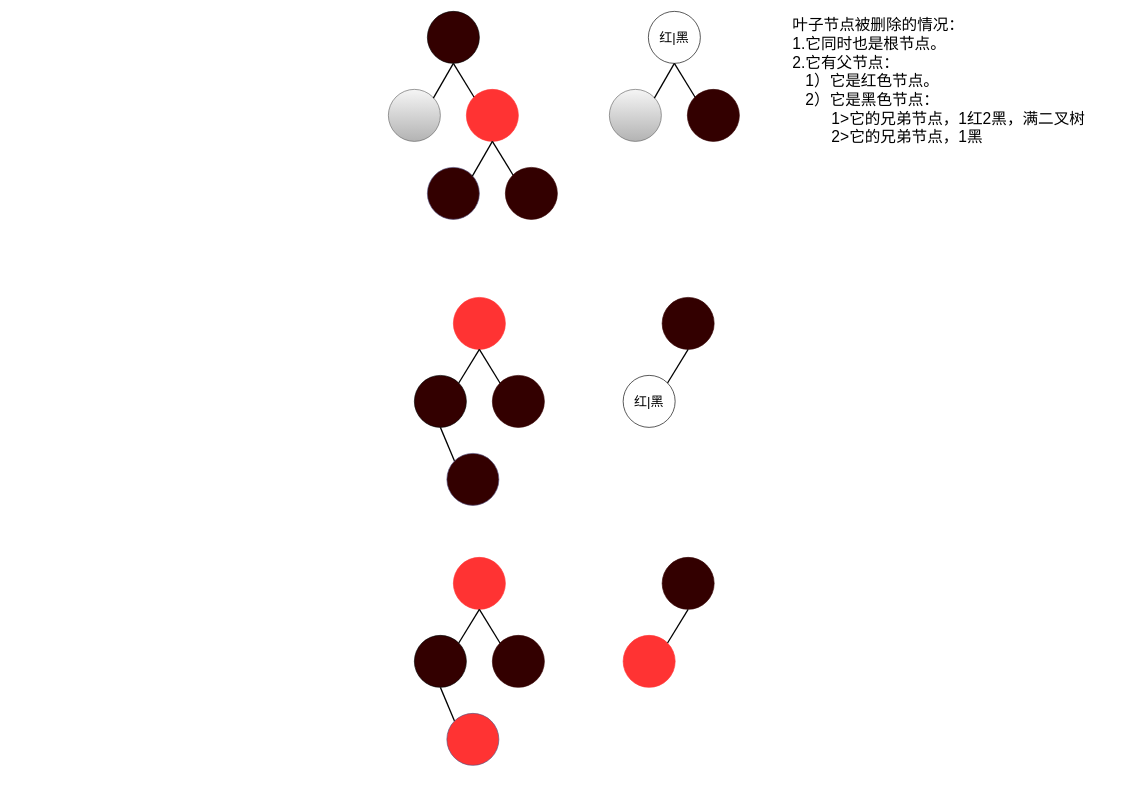
This is pics/data-structure/tree/r-b-tree/红黑树删除叶子节点.drawio from niegl4/docs, a draw.io file, before an edit. Source tidied: cells renumbered, new cells numbered last; positions are measured from the earlier drawing's top-left corner, leaving out a move shared by most shapes. Both pictures are drawn from the tidied source at 65%, with x=0, y=0 at pixel (375, 11).
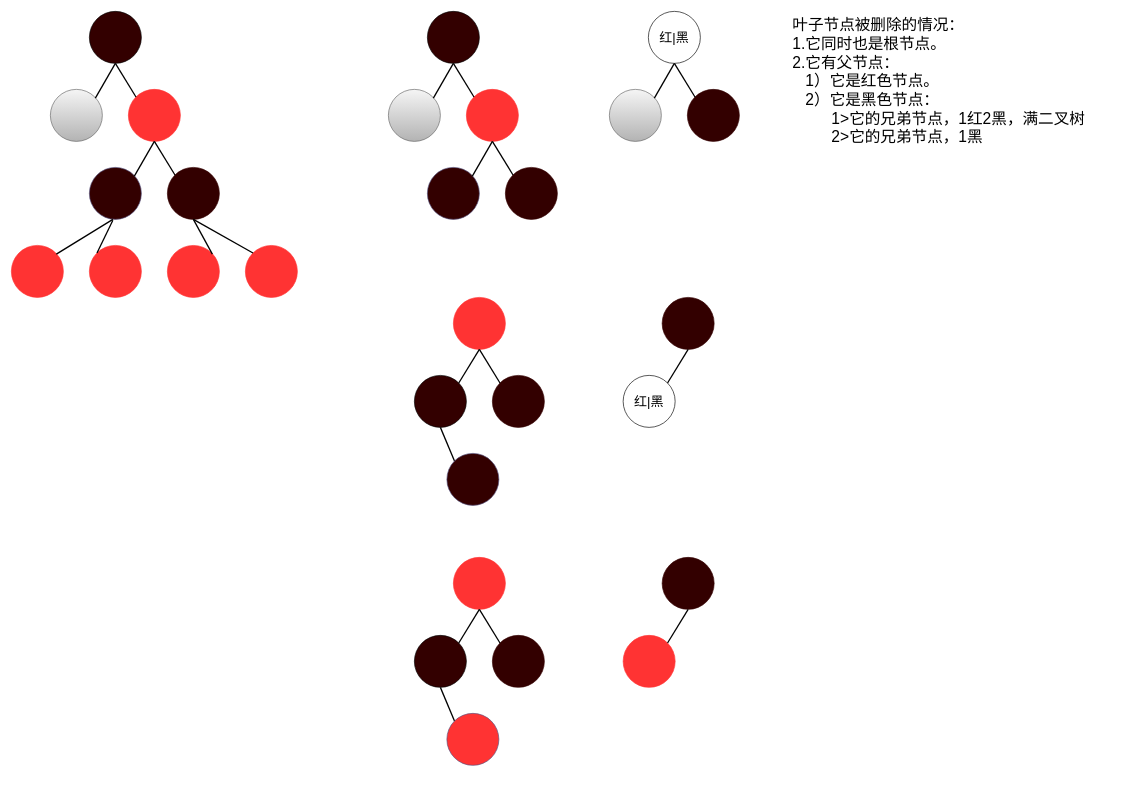
Above is the later version.

Commit message:
dev: rbtree 删除叶节点的情况 pics

Change to the diagram source:
```diff
@@
+    <mxCell id="51" style="ellipse;whiteSpace=wrap;html=1;fillColor=#f5f5f5;strokeColor=#666666;gradientColor=#b3b3b3;" parent="1" vertex="1">
+      <mxGeometry x="-500" y="120" width="80" height="80" as="geometry" />
+    </mxCell>
+    <mxCell id="52" style="endArrow=none;html=1;strokeWidth=2;exitX=1;exitY=0;exitDx=0;exitDy=0;" parent="1" edge="1">
+      <mxGeometry relative="1" as="geometry">
+        <mxPoint x="-441.2" y="131" as="sourcePoint" />
+        <mxPoint x="-441.2" y="131" as="targetPoint" />
+      </mxGeometry>
+    </mxCell>
+    <mxCell id="53" style="endArrow=none;html=1;strokeWidth=2;exitX=0.865;exitY=0.168;exitDx=0;exitDy=0;entryX=0.5;entryY=1;entryDx=0;entryDy=0;exitPerimeter=0;" parent="1" edge="1" source="51" target="54">
+      <mxGeometry relative="1" as="geometry" />
+    </mxCell>
+    <mxCell id="54" style="ellipse;whiteSpace=wrap;html=1;fillColor=#330000;" parent="1" vertex="1">
+      <mxGeometry x="-440" width="80" height="80" as="geometry" />
+    </mxCell>
+    <mxCell id="55" style="ellipse;whiteSpace=wrap;html=1;fontColor=#ffffff;strokeColor=#FF3333;fillColor=#FF3333;" parent="1" vertex="1">
+      <mxGeometry x="-380" y="120" width="80" height="80" as="geometry" />
+    </mxCell>
+    <mxCell id="56" style="endArrow=none;html=1;strokeWidth=2;exitX=0;exitY=0;exitDx=0;exitDy=0;entryX=0.5;entryY=1;entryDx=0;entryDy=0;" parent="1" edge="1" source="55" target="54">
+      <mxGeometry relative="1" as="geometry" />
+    </mxCell>
+    <mxCell id="57" style="ellipse;whiteSpace=wrap;html=1;strokeColor=#56517e;fillColor=#330000;" parent="1" vertex="1">
+      <mxGeometry x="-440" y="240" width="80" height="80" as="geometry" />
+    </mxCell>
+    <mxCell id="58" style="endArrow=none;html=1;strokeWidth=2;exitX=1;exitY=0;exitDx=0;exitDy=0;" parent="1" edge="1">
+      <mxGeometry relative="1" as="geometry">
+        <mxPoint x="-381.2" y="251" as="sourcePoint" />
+        <mxPoint x="-381.2" y="251" as="targetPoint" />
+      </mxGeometry>
+    </mxCell>
+    <mxCell id="59" style="endArrow=none;html=1;strokeWidth=2;exitX=0.865;exitY=0.168;exitDx=0;exitDy=0;entryX=0.5;entryY=1;entryDx=0;entryDy=0;exitPerimeter=0;" parent="1" edge="1" source="57" target="55">
+      <mxGeometry relative="1" as="geometry" />
+    </mxCell>
+    <mxCell id="60" style="ellipse;whiteSpace=wrap;html=1;fontColor=#ffffff;fillColor=#330000;strokeColor=#330000;" parent="1" vertex="1">
+      <mxGeometry x="-320" y="240" width="80" height="80" as="geometry" />
+    </mxCell>
+    <mxCell id="61" style="endArrow=none;html=1;strokeWidth=2;exitX=0;exitY=0;exitDx=0;exitDy=0;entryX=0.5;entryY=1;entryDx=0;entryDy=0;" parent="1" edge="1" source="60" target="55">
+      <mxGeometry relative="1" as="geometry" />
+    </mxCell>
+    <mxCell id="62" style="ellipse;whiteSpace=wrap;html=1;fillColor=#FF3333;strokeColor=#FF3333;" parent="1" vertex="1">
+      <mxGeometry x="-560" y="360" width="80" height="80" as="geometry" />
+    </mxCell>
+    <mxCell id="63" style="endArrow=none;html=1;strokeWidth=2;exitX=1;exitY=0;exitDx=0;exitDy=0;" parent="1" edge="1">
+      <mxGeometry relative="1" as="geometry">
+        <mxPoint x="-501.2" y="371" as="sourcePoint" />
+        <mxPoint x="-501.2" y="371" as="targetPoint" />
+      </mxGeometry>
+    </mxCell>
+    <mxCell id="64" style="endArrow=none;html=1;strokeWidth=2;exitX=0.865;exitY=0.168;exitDx=0;exitDy=0;entryX=0.452;entryY=0.999;entryDx=0;entryDy=0;exitPerimeter=0;entryPerimeter=0;" parent="1" edge="1" source="62" target="57">
+      <mxGeometry relative="1" as="geometry" />
+    </mxCell>
+    <mxCell id="65" style="ellipse;whiteSpace=wrap;html=1;fontColor=#ffffff;fillColor=#FF3333;strokeColor=#FF3333;" parent="1" vertex="1">
+      <mxGeometry x="-440" y="360" width="80" height="80" as="geometry" />
+    </mxCell>
+    <mxCell id="66" style="endArrow=none;html=1;strokeWidth=2;exitX=0;exitY=0;exitDx=0;exitDy=0;entryX=0.452;entryY=1.016;entryDx=0;entryDy=0;entryPerimeter=0;" parent="1" edge="1" source="65" target="57">
+      <mxGeometry relative="1" as="geometry" />
+    </mxCell>
+    <mxCell id="67" style="ellipse;whiteSpace=wrap;html=1;strokeColor=#FF3333;fillColor=#FF3333;" parent="1" vertex="1">
+      <mxGeometry x="-320" y="360.1" width="80" height="80" as="geometry" />
+    </mxCell>
+    <mxCell id="68" style="endArrow=none;html=1;strokeWidth=2;exitX=1;exitY=0;exitDx=0;exitDy=0;" parent="1" edge="1">
+      <mxGeometry relative="1" as="geometry">
+        <mxPoint x="-261.2" y="371.1" as="sourcePoint" />
+        <mxPoint x="-261.2" y="371.1" as="targetPoint" />
+      </mxGeometry>
+    </mxCell>
+    <mxCell id="69" style="endArrow=none;html=1;strokeWidth=2;exitX=0.865;exitY=0.168;exitDx=0;exitDy=0;entryX=0.5;entryY=1;entryDx=0;entryDy=0;exitPerimeter=0;" parent="1" edge="1" source="67" target="60">
+      <mxGeometry relative="1" as="geometry" />
+    </mxCell>
+    <mxCell id="70" style="ellipse;whiteSpace=wrap;html=1;fontColor=#ffffff;fillColor=#FF3333;strokeColor=#FF3333;" parent="1" vertex="1">
+      <mxGeometry x="-200" y="360.1" width="80" height="80" as="geometry" />
+    </mxCell>
+    <mxCell id="71" style="endArrow=none;html=1;strokeWidth=2;exitX=0;exitY=0;exitDx=0;exitDy=0;entryX=0.5;entryY=1;entryDx=0;entryDy=0;" parent="1" edge="1" source="70" target="60">
+      <mxGeometry relative="1" as="geometry" />
+    </mxCell>
```
